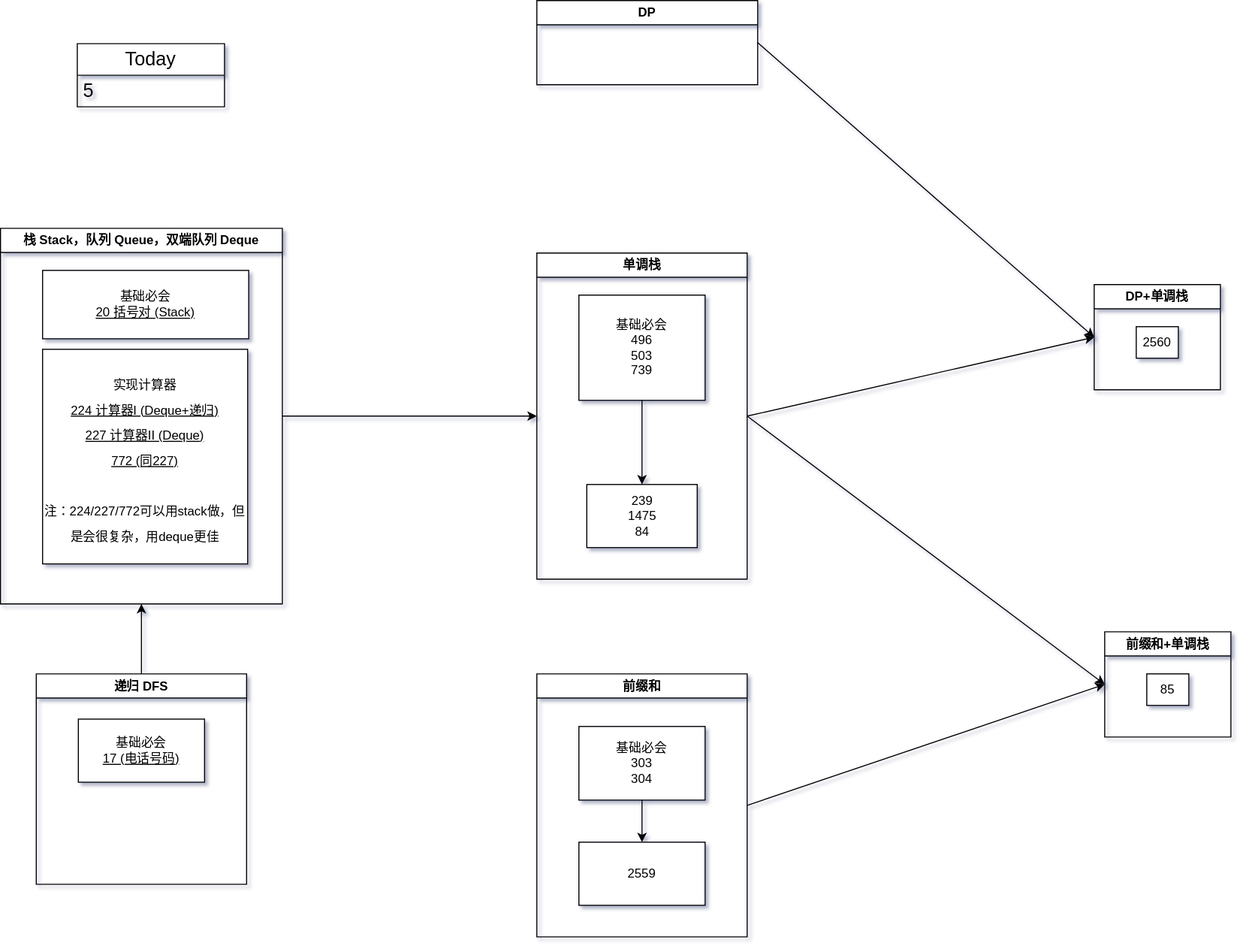
jssonx/algo-playground keeps this draw.io diagram as drawio/map.drawio.svg. Above is the earlier version. Source tidied: cells renumbered, new cells last; positions are measured from the earlier drawing's top-left corner, leaving out a move shared by most shapes. Source of this version:
```xml
<mxGraphModel shadow="1">
  <root>
    <mxCell id="0" />
    <mxCell id="1" parent="0" />
    <mxCell id="2" style="edgeStyle=none;html=1;entryX=0;entryY=0.5;entryDx=0;entryDy=0;exitX=1;exitY=0.5;exitDx=0;exitDy=0;rounded=0;" parent="1" edge="1" source="3" target="11">
      <mxGeometry relative="1" as="geometry" />
    </mxCell>
    <mxCell id="3" value="前缀和" style="swimlane;whiteSpace=wrap;html=1;rounded=0;" parent="1" vertex="1">
      <mxGeometry x="510" y="640" width="200" height="250" as="geometry" />
    </mxCell>
    <mxCell id="4" style="edgeStyle=none;html=1;exitX=0.5;exitY=1;exitDx=0;exitDy=0;entryX=0.5;entryY=0;entryDx=0;entryDy=0;rounded=0;" parent="3" edge="1" source="5" target="6">
      <mxGeometry relative="1" as="geometry" />
    </mxCell>
    <mxCell id="5" value="基础必会&lt;br&gt;303&lt;br&gt;304" style="whiteSpace=wrap;html=1;rounded=0;" parent="3" vertex="1">
      <mxGeometry x="40" y="50" width="120" height="70" as="geometry" />
    </mxCell>
    <mxCell id="6" value="2559" style="whiteSpace=wrap;html=1;rounded=0;" parent="3" vertex="1">
      <mxGeometry x="40" y="160" width="120" height="60" as="geometry" />
    </mxCell>
    <mxCell id="7" value="单调栈" style="swimlane;whiteSpace=wrap;html=1;rounded=0;" parent="1" vertex="1">
      <mxGeometry x="510" y="240" width="200" height="310" as="geometry" />
    </mxCell>
    <mxCell id="8" value="239&lt;br&gt;1475&lt;br&gt;84" style="whiteSpace=wrap;html=1;rounded=0;" parent="7" vertex="1">
      <mxGeometry x="47.5" y="220" width="105" height="60" as="geometry" />
    </mxCell>
    <mxCell id="9" style="edgeStyle=none;html=1;exitX=0.5;exitY=1;exitDx=0;exitDy=0;entryX=0.5;entryY=0;entryDx=0;entryDy=0;rounded=0;" parent="7" edge="1" source="10" target="8">
      <mxGeometry relative="1" as="geometry" />
    </mxCell>
    <mxCell id="10" value="基础必会&lt;br&gt;496&lt;br&gt;503&lt;br&gt;739" style="whiteSpace=wrap;html=1;rounded=0;" parent="7" vertex="1">
      <mxGeometry x="40" y="40" width="120" height="100" as="geometry" />
    </mxCell>
    <mxCell id="11" value="前缀和+单调栈" style="swimlane;whiteSpace=wrap;html=1;rounded=0;" parent="1" vertex="1">
      <mxGeometry x="1050" y="600" width="120" height="100" as="geometry" />
    </mxCell>
    <mxCell id="12" value="85" style="whiteSpace=wrap;html=1;rounded=0;" parent="11" vertex="1">
      <mxGeometry x="40" y="40" width="40" height="30" as="geometry" />
    </mxCell>
    <mxCell id="13" style="endArrow=classic;html=1;exitX=1;exitY=0.5;exitDx=0;exitDy=0;entryX=0;entryY=0.5;entryDx=0;entryDy=0;rounded=0;" parent="1" edge="1" source="7" target="11">
      <mxGeometry relative="1" as="geometry" />
    </mxCell>
    <mxCell id="14" value="DP+单调栈" style="swimlane;whiteSpace=wrap;html=1;startSize=23;rounded=0;" parent="1" vertex="1">
      <mxGeometry x="1040" y="270" width="120" height="100" as="geometry" />
    </mxCell>
    <mxCell id="15" value="2560" style="whiteSpace=wrap;html=1;rounded=0;" parent="14" vertex="1">
      <mxGeometry x="40" y="40" width="40" height="30" as="geometry" />
    </mxCell>
    <mxCell id="16" style="endArrow=classic;html=1;exitX=1;exitY=0.5;exitDx=0;exitDy=0;entryX=0;entryY=0.5;entryDx=0;entryDy=0;rounded=0;" parent="1" edge="1" source="7" target="14">
      <mxGeometry relative="1" as="geometry" />
    </mxCell>
    <mxCell id="17" style="edgeStyle=none;html=1;exitX=1;exitY=0.5;exitDx=0;exitDy=0;entryX=0;entryY=0.5;entryDx=0;entryDy=0;rounded=0;" parent="1" edge="1" source="18" target="14">
      <mxGeometry relative="1" as="geometry" />
    </mxCell>
    <mxCell id="18" value="DP" style="swimlane;whiteSpace=wrap;html=1;rounded=0;" parent="1" vertex="1">
      <mxGeometry x="510" width="210" height="80" as="geometry" />
    </mxCell>
    <mxCell id="19" style="edgeStyle=none;html=1;exitX=1;exitY=0.5;exitDx=0;exitDy=0;entryX=0;entryY=0.5;entryDx=0;entryDy=0;rounded=0;" parent="1" edge="1" source="20" target="7">
      <mxGeometry relative="1" as="geometry" />
    </mxCell>
    <mxCell id="20" value="栈 Stack，队列 Queue，双端队列 Deque" style="swimlane;whiteSpace=wrap;html=1;rounded=0;" parent="1" vertex="1">
      <mxGeometry y="216.5" width="268" height="357" as="geometry" />
    </mxCell>
    <mxCell id="21" value="基础必会&lt;br&gt;&lt;u&gt;20 括号对 (Stack)&lt;/u&gt;" style="whiteSpace=wrap;html=1;rounded=0;" parent="20" vertex="1">
      <mxGeometry x="40" y="40" width="196" height="65" as="geometry" />
    </mxCell>
    <mxCell id="22" value="&lt;font style=&quot;font-size: 12px;&quot;&gt;&lt;font face=&quot;Helvetica&quot;&gt;实现计算器&lt;br&gt;&lt;u&gt;224 计算器I (Deque+递归)&lt;br&gt;227 计算器II (Deque)&lt;br&gt;772 (同227)&lt;/u&gt;&lt;br&gt;&lt;br&gt;注：224/227/772可以用stack做，但是会很复杂，用deque更佳&lt;/font&gt;&lt;br&gt;&lt;/font&gt;" style="whiteSpace=wrap;html=1;hachureGap=4;fontFamily=Architects Daughter;fontSource=https%3A%2F%2Ffonts.googleapis.com%2Fcss%3Ffamily%3DArchitects%2BDaughter;fontSize=20;" parent="20" vertex="1">
      <mxGeometry x="40" y="115" width="195" height="204" as="geometry" />
    </mxCell>
    <mxCell id="23" style="edgeStyle=none;html=1;exitX=0.5;exitY=0;exitDx=0;exitDy=0;entryX=0.5;entryY=1;entryDx=0;entryDy=0;fontFamily=Helvetica;" parent="1" edge="1" source="24" target="20">
      <mxGeometry relative="1" as="geometry" />
    </mxCell>
    <mxCell id="24" value="递归 DFS" style="swimlane;whiteSpace=wrap;html=1;fontFamily=Helvetica;" parent="1" vertex="1">
      <mxGeometry x="34" y="640" width="200" height="200" as="geometry" />
    </mxCell>
    <mxCell id="25" value="基础必会&lt;br&gt;&lt;u&gt;17 (电话号码)&lt;/u&gt;" style="whiteSpace=wrap;html=1;fontFamily=Helvetica;" parent="24" vertex="1">
      <mxGeometry x="40" y="43" width="120" height="60" as="geometry" />
    </mxCell>
    <mxCell id="26" value="Today" style="swimlane;fontStyle=0;horizontal=1;startSize=30;whiteSpace=wrap;html=1;fontFamily=Helvetica;fontSize=18;" parent="1" vertex="1">
      <mxGeometry x="73" y="41" width="140" height="60" as="geometry" />
    </mxCell>
    <mxCell id="27" value="5" style="text;strokeColor=none;fillColor=none;align=left;verticalAlign=middle;spacingLeft=4;spacingRight=4;overflow=hidden;whiteSpace=wrap;html=1;fontFamily=Helvetica;fontSize=18;" parent="26" vertex="1">
      <mxGeometry y="30" width="140" height="30" as="geometry" />
    </mxCell>
  </root>
</mxGraphModel>
```
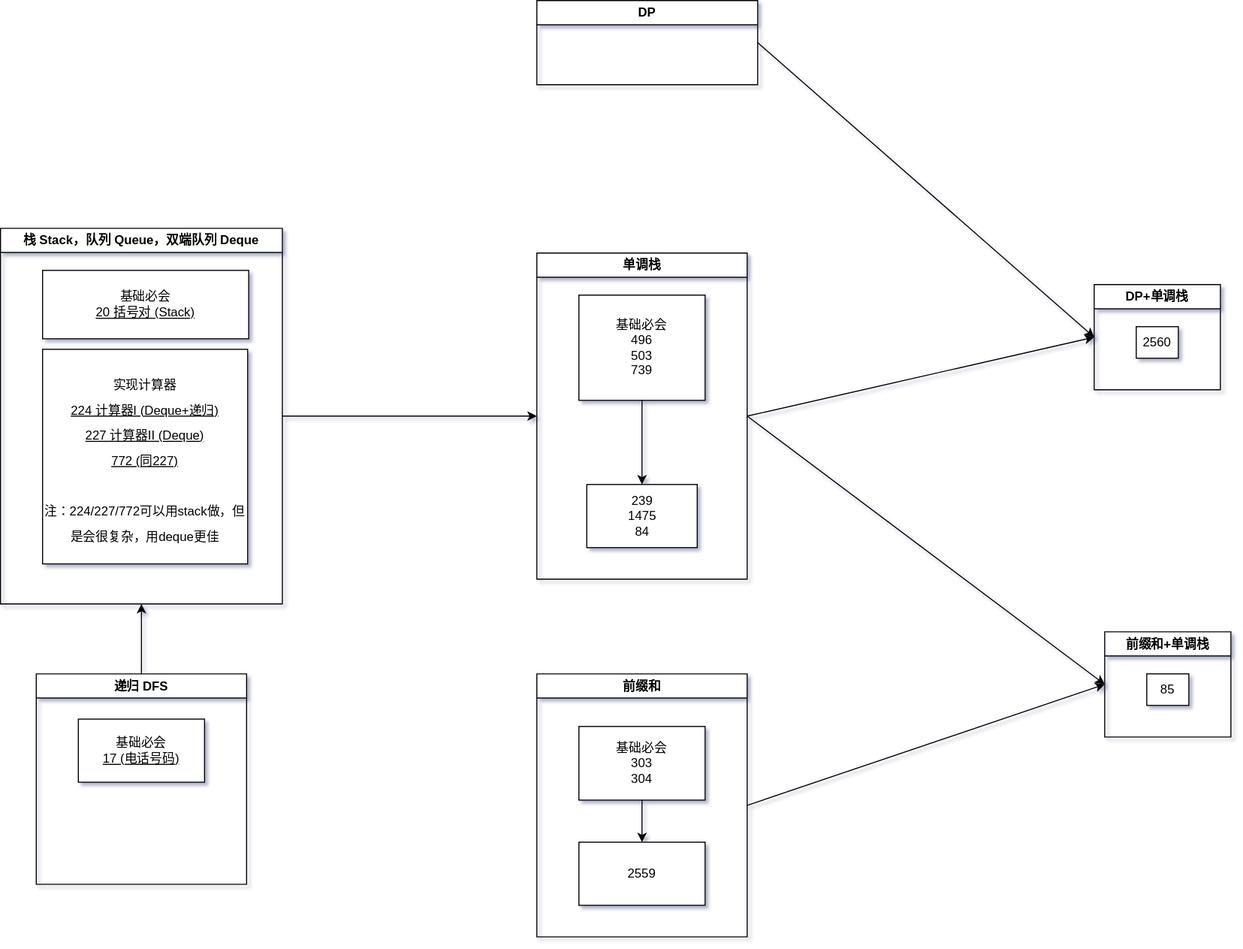
After the change.

The edit, as a diff of the source:
```diff
@@ -74,11 +74,5 @@
     <mxCell id="25" value="基础必会&lt;br&gt;&lt;u&gt;17 (电话号码)&lt;/u&gt;" style="whiteSpace=wrap;html=1;fontFamily=Helvetica;" parent="24" vertex="1">
       <mxGeometry x="40" y="43" width="120" height="60" as="geometry" />
     </mxCell>
-    <mxCell id="26" value="Today" style="swimlane;fontStyle=0;horizontal=1;startSize=30;whiteSpace=wrap;html=1;fontFamily=Helvetica;fontSize=18;" parent="1" vertex="1">
-      <mxGeometry x="73" y="41" width="140" height="60" as="geometry" />
-    </mxCell>
-    <mxCell id="27" value="5" style="text;strokeColor=none;fillColor=none;align=left;verticalAlign=middle;spacingLeft=4;spacingRight=4;overflow=hidden;whiteSpace=wrap;html=1;fontFamily=Helvetica;fontSize=18;" parent="26" vertex="1">
-      <mxGeometry y="30" width="140" height="30" as="geometry" />
-    </mxCell>
   </root>
 </mxGraphModel>
```
